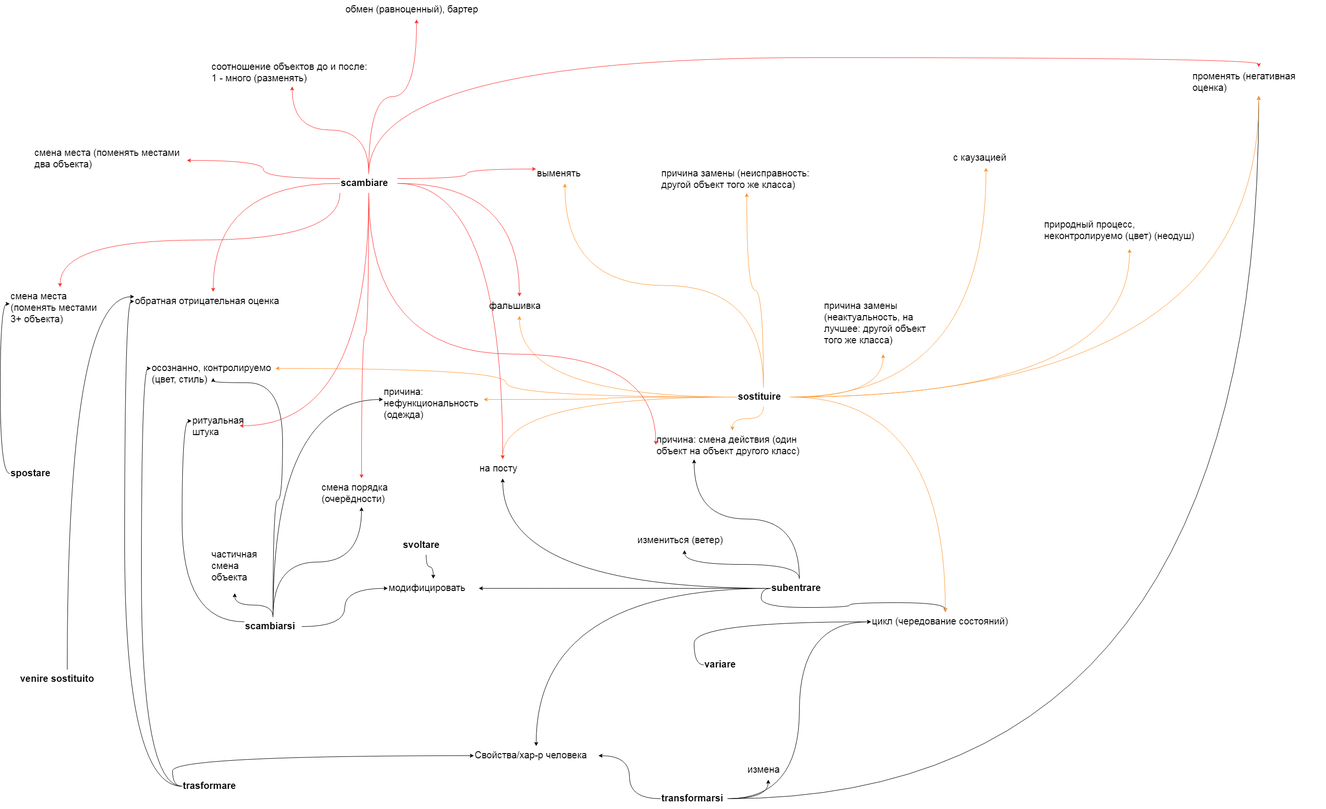
JanaKoko/try keeps this draw.io diagram as обмен3.png. Above is the earlier version. Source tidied: cells renumbered, new cells last; positions are measured from the earlier drawing's top-left corner, leaving out a move shared by most shapes.
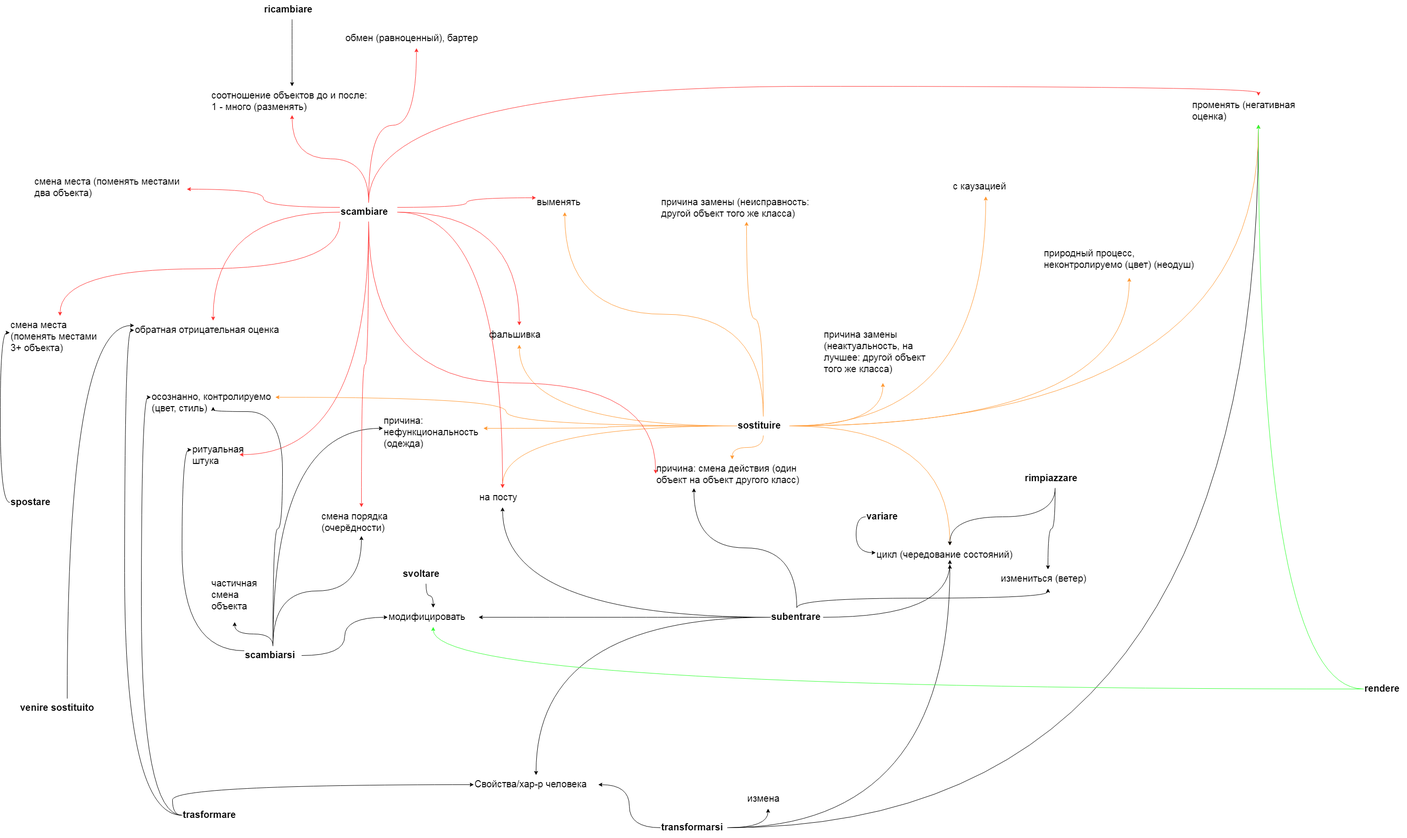
Above is the later version.

The edit, as a diff of the source:
```diff
@@ -15,10 +15,10 @@
       <mxGeometry relative="1" as="geometry" />
     </mxCell>
     <mxCell id="6" value="variare" style="text;whiteSpace=wrap;html=1;fontSize=20;fontStyle=1;" parent="1" vertex="1">
-      <mxGeometry x="1450" y="1370" width="90" height="40" as="geometry" />
+      <mxGeometry x="1789" y="1000" width="90" height="40" as="geometry" />
     </mxCell>
     <mxCell id="7" value="цикл (чередование состояний)" style="text;whiteSpace=wrap;html=1;fontSize=20;" parent="1" vertex="1">
-      <mxGeometry x="1800" y="1280" width="310" height="40" as="geometry" />
+      <mxGeometry x="1810" y="1080" width="310" height="30" as="geometry" />
     </mxCell>
     <mxCell id="8" style="edgeStyle=orthogonalEdgeStyle;curved=1;rounded=0;jettySize=auto;html=1;entryX=0;entryY=0.5;entryDx=0;entryDy=0;fontSize=20;exitX=0;exitY=0.5;exitDx=0;exitDy=0;" parent="1" edge="1" source="11" target="4">
       <mxGeometry relative="1" as="geometry" />
@@ -44,8 +44,10 @@
     <mxCell id="15" style="edgeStyle=orthogonalEdgeStyle;curved=1;rounded=0;jettySize=auto;html=1;entryX=1;entryY=0.5;entryDx=0;entryDy=0;fontSize=20;" parent="1" edge="1" source="18" target="13">
       <mxGeometry relative="1" as="geometry" />
     </mxCell>
-    <mxCell id="16" style="edgeStyle=orthogonalEdgeStyle;curved=1;rounded=0;jettySize=auto;html=1;entryX=0;entryY=0.5;entryDx=0;entryDy=0;fontSize=20;" parent="1" edge="1" source="18" target="7">
-      <mxGeometry relative="1" as="geometry" />
+    <mxCell id="16" style="edgeStyle=orthogonalEdgeStyle;curved=1;rounded=0;jettySize=auto;html=1;fontSize=20;" parent="1" edge="1" source="18">
+      <mxGeometry relative="1" as="geometry">
+        <mxPoint x="1965" y="1120" as="targetPoint" />
+      </mxGeometry>
     </mxCell>
     <mxCell id="17" style="edgeStyle=orthogonalEdgeStyle;curved=1;rounded=0;jettySize=auto;html=1;exitX=1;exitY=0.5;exitDx=0;exitDy=0;fontSize=20;entryX=0.5;entryY=1;entryDx=0;entryDy=0;" parent="1" edge="1" source="18" target="20">
       <mxGeometry relative="1" as="geometry" />
@@ -68,7 +70,7 @@
     <mxCell id="23" value="модифицировать" style="text;whiteSpace=wrap;html=1;fontSize=20;" parent="1" vertex="1">
       <mxGeometry x="790" y="1210" width="190" height="40" as="geometry" />
     </mxCell>
-    <mxCell id="24" style="edgeStyle=orthogonalEdgeStyle;curved=1;rounded=0;jettySize=auto;html=1;exitX=0;exitY=0.5;exitDx=0;exitDy=0;fontSize=20;" parent="1" edge="1" source="30" target="7">
+    <mxCell id="24" style="edgeStyle=orthogonalEdgeStyle;curved=1;rounded=0;jettySize=auto;html=1;fontSize=20;" parent="1" edge="1" source="30" target="7">
       <mxGeometry relative="1" as="geometry" />
     </mxCell>
     <mxCell id="25" style="edgeStyle=orthogonalEdgeStyle;curved=1;rounded=0;jettySize=auto;html=1;fontSize=20;" parent="1" edge="1" source="30" target="31">
@@ -87,7 +89,7 @@
       <mxGeometry relative="1" as="geometry" />
     </mxCell>
     <mxCell id="30" value="subentrare" style="text;whiteSpace=wrap;html=1;fontSize=20;fontStyle=1;" parent="1" vertex="1">
-      <mxGeometry x="1590" y="1210" width="120" height="40" as="geometry" />
+      <mxGeometry x="1590" y="1210" width="110" height="40" as="geometry" />
     </mxCell>
     <mxCell id="31" value="на посту" style="text;whiteSpace=wrap;html=1;fontSize=20;" parent="1" vertex="1">
       <mxGeometry x="980" y="960" width="100" height="40" as="geometry" />
@@ -96,7 +98,7 @@
       <mxGeometry x="1350" y="900" width="320" height="60" as="geometry" />
     </mxCell>
     <mxCell id="33" value="измениться (ветер)" style="text;whiteSpace=wrap;html=1;fontSize=20;" parent="1" vertex="1">
-      <mxGeometry x="1310" y="1110" width="200" height="40" as="geometry" />
+      <mxGeometry x="2070" y="1130" width="200" height="40" as="geometry" />
     </mxCell>
     <mxCell id="34" style="edgeStyle=orthogonalEdgeStyle;curved=1;rounded=0;jettySize=auto;html=1;entryX=0;entryY=0.25;entryDx=0;entryDy=0;fontSize=20;exitX=0;exitY=0.5;exitDx=0;exitDy=0;" parent="1" edge="1" source="35" target="36">
       <mxGeometry relative="1" as="geometry" />
@@ -258,5 +260,29 @@
     <mxCell id="82" value="соотношение объектов до и после: 1 - много (разменять)" style="text;whiteSpace=wrap;html=1;fontSize=20;" parent="1" vertex="1">
       <mxGeometry x="420" y="120" width="340" height="60" as="geometry" />
     </mxCell>
+    <mxCell id="83" style="edgeStyle=orthogonalEdgeStyle;curved=1;rounded=0;jettySize=auto;html=1;strokeColor=#000000;fontSize=20;" parent="1" edge="1" source="85" target="33">
+      <mxGeometry relative="1" as="geometry" />
+    </mxCell>
+    <mxCell id="84" style="edgeStyle=orthogonalEdgeStyle;curved=1;rounded=0;jettySize=auto;html=1;exitX=0.5;exitY=1;exitDx=0;exitDy=0;strokeColor=#000000;fontSize=20;" parent="1" edge="1" source="85" target="7">
+      <mxGeometry relative="1" as="geometry" />
+    </mxCell>
+    <mxCell id="85" value="rimpiazzare" style="text;whiteSpace=wrap;html=1;fontSize=20;fontStyle=1;" parent="1" vertex="1">
+      <mxGeometry x="2120" y="920" width="130" height="40" as="geometry" />
+    </mxCell>
+    <mxCell id="86" style="edgeStyle=orthogonalEdgeStyle;curved=1;rounded=0;jettySize=auto;html=1;strokeColor=#000000;fontSize=20;" parent="1" edge="1" source="87" target="82">
+      <mxGeometry relative="1" as="geometry" />
+    </mxCell>
+    <mxCell id="87" value="ricambiare" style="text;whiteSpace=wrap;html=1;fontSize=20;fontStyle=1;" parent="1" vertex="1">
+      <mxGeometry x="530" y="-60" width="120" height="40" as="geometry" />
+    </mxCell>
+    <mxCell id="88" style="edgeStyle=orthogonalEdgeStyle;curved=1;rounded=0;jettySize=auto;html=1;strokeColor=#33FF33;fontSize=20;" parent="1" edge="1" source="90" target="20">
+      <mxGeometry relative="1" as="geometry" />
+    </mxCell>
+    <mxCell id="89" style="edgeStyle=orthogonalEdgeStyle;curved=1;rounded=0;jettySize=auto;html=1;strokeColor=#33FF33;fontSize=20;entryX=0.5;entryY=1;entryDx=0;entryDy=0;" parent="1" edge="1" source="90" target="23">
+      <mxGeometry relative="1" as="geometry" />
+    </mxCell>
+    <mxCell id="90" value="rendere" style="text;whiteSpace=wrap;html=1;fontSize=20;fontStyle=1;" parent="1" vertex="1">
+      <mxGeometry x="2830" y="1360" width="90" height="40" as="geometry" />
+    </mxCell>
   </root>
 </mxGraphModel>
```
